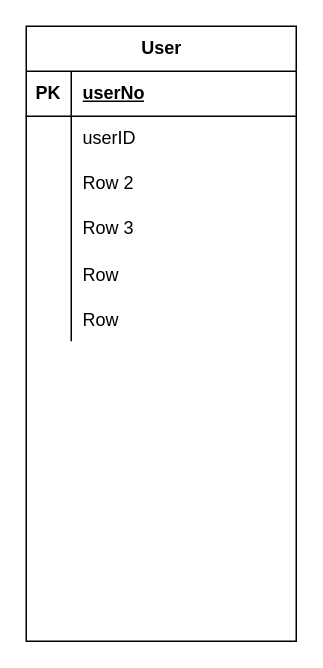
The draw.io diagram table.drawio in shsewonitw/toy-project, before the edit. Source tidied: cells renumbered, new cells numbered last; positions are measured from the earlier drawing's top-left corner, leaving out a move shared by most shapes. Both pictures are drawn from the tidied source at 150%, with x=0, y=0 at pixel (26, 26).
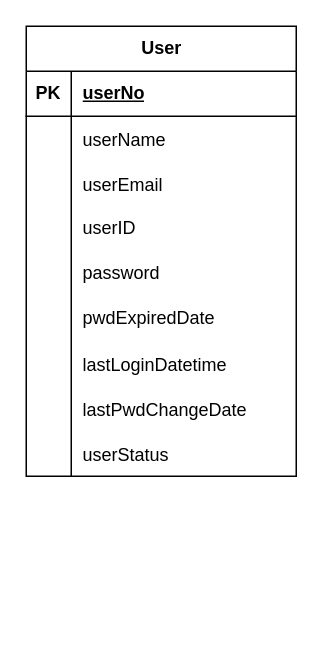
Above is the later version.

Change to the diagram source:
```diff
@@
     <mxCell id="2" value="User" style="shape=table;startSize=30;childLayout=tableLayout;rowLines=0;fontStyle=1;align=center;html=1;" parent="1" vertex="1">
-      <mxGeometry width="180" height="410" as="geometry" />
+      <mxGeometry width="180" height="300" as="geometry" />
     </mxCell>
@@
+    <mxCell id="21" style="shape=tableRow;horizontal=0;startSize=0;swimlaneHead=0;swimlaneBody=0;fillColor=none;top=0;left=0;right=0;bottom=0;" parent="2" vertex="1">
+      <mxGeometry y="60" width="180" height="30" as="geometry" />
+    </mxCell>
+    <mxCell id="22" style="shape=partialRectangle;fillColor=none;top=0;left=0;bottom=0;right=0;overflow=hidden;" parent="21" vertex="1">
+      <mxGeometry width="30" height="30" as="geometry" />
+    </mxCell>
+    <mxCell id="23" value="userName" style="shape=partialRectangle;fillColor=none;top=0;left=0;bottom=0;right=0;align=left;spacingLeft=6;overflow=hidden;" parent="21" vertex="1">
+      <mxGeometry x="30" width="150" height="30" as="geometry" />
+    </mxCell>
+    <mxCell id="24" style="shape=tableRow;horizontal=0;startSize=0;swimlaneHead=0;swimlaneBody=0;fillColor=none;top=0;left=0;right=0;bottom=0;" parent="2" vertex="1">
+      <mxGeometry y="90" width="180" height="30" as="geometry" />
+    </mxCell>
+    <mxCell id="25" style="shape=partialRectangle;fillColor=none;top=0;left=0;bottom=0;right=0;overflow=hidden;" parent="24" vertex="1">
+      <mxGeometry width="30" height="30" as="geometry" />
+    </mxCell>
+    <mxCell id="26" value="userEmail" style="shape=partialRectangle;fillColor=none;top=0;left=0;bottom=0;right=0;align=left;spacingLeft=6;overflow=hidden;" parent="24" vertex="1">
+      <mxGeometry x="30" width="150" height="30" as="geometry" />
+    </mxCell>
     <mxCell id="6" style="shape=tableRow;horizontal=0;startSize=0;swimlaneHead=0;swimlaneBody=0;fillColor=none;top=0;left=0;right=0;bottom=0;" parent="2" vertex="1">
-      <mxGeometry y="60" width="180" height="30" as="geometry" />
+      <mxGeometry y="120" width="180" height="30" as="geometry" />
     </mxCell>
@@
     <mxCell id="9" style="shape=tableRow;horizontal=0;startSize=0;swimlaneHead=0;swimlaneBody=0;fillColor=none;top=0;left=0;right=0;bottom=0;" parent="2" vertex="1">
-      <mxGeometry y="90" width="180" height="30" as="geometry" />
+      <mxGeometry y="150" width="180" height="30" as="geometry" />
     </mxCell>
@@
-    <mxCell id="11" value="Row 2" style="shape=partialRectangle;fillColor=none;top=0;left=0;bottom=0;right=0;align=left;spacingLeft=6;overflow=hidden;whiteSpace=wrap;html=1;" parent="9" vertex="1">
+    <mxCell id="11" value="password" style="shape=partialRectangle;fillColor=none;top=0;left=0;bottom=0;right=0;align=left;spacingLeft=6;overflow=hidden;whiteSpace=wrap;html=1;" parent="9" vertex="1">
       <mxGeometry x="30" width="150" height="30" as="geometry" />
     </mxCell>
     <mxCell id="12" style="shape=tableRow;horizontal=0;startSize=0;swimlaneHead=0;swimlaneBody=0;fillColor=none;top=0;left=0;right=0;bottom=0;" parent="2" vertex="1">
-      <mxGeometry y="120" width="180" height="30" as="geometry" />
+      <mxGeometry y="180" width="180" height="30" as="geometry" />
     </mxCell>
@@
-    <mxCell id="14" value="Row 3" style="shape=partialRectangle;fillColor=none;top=0;left=0;bottom=0;right=0;align=left;spacingLeft=6;overflow=hidden;whiteSpace=wrap;html=1;" parent="12" vertex="1">
+    <mxCell id="14" value="pwdExpiredDate" style="shape=partialRectangle;fillColor=none;top=0;left=0;bottom=0;right=0;align=left;spacingLeft=6;overflow=hidden;whiteSpace=wrap;html=1;" parent="12" vertex="1">
       <mxGeometry x="30" width="150" height="30" as="geometry" />
     </mxCell>
     <mxCell id="15" style="shape=tableRow;horizontal=0;startSize=0;swimlaneHead=0;swimlaneBody=0;fillColor=none;top=0;left=0;right=0;bottom=0;" parent="2" vertex="1">
-      <mxGeometry y="150" width="180" height="30" as="geometry" />
+      <mxGeometry y="210" width="180" height="30" as="geometry" />
     </mxCell>
@@
-    <mxCell id="17" value="Row" style="shape=partialRectangle;fillColor=none;top=0;left=0;bottom=0;right=0;align=left;spacingLeft=6;overflow=hidden;" parent="15" vertex="1">
+    <mxCell id="17" value="lastLoginDatetime" style="shape=partialRectangle;fillColor=none;top=0;left=0;bottom=0;right=0;align=left;spacingLeft=6;overflow=hidden;" parent="15" vertex="1">
       <mxGeometry x="30" width="150" height="30" as="geometry" />
     </mxCell>
     <mxCell id="18" style="shape=tableRow;horizontal=0;startSize=0;swimlaneHead=0;swimlaneBody=0;fillColor=none;top=0;left=0;right=0;bottom=0;" parent="2" vertex="1">
-      <mxGeometry y="180" width="180" height="30" as="geometry" />
+      <mxGeometry y="240" width="180" height="30" as="geometry" />
     </mxCell>
@@
-    <mxCell id="20" value="Row" style="shape=partialRectangle;fillColor=none;top=0;left=0;bottom=0;right=0;align=left;spacingLeft=6;overflow=hidden;" parent="18" vertex="1">
+    <mxCell id="20" value="lastPwdChangeDate" style="shape=partialRectangle;fillColor=none;top=0;left=0;bottom=0;right=0;align=left;spacingLeft=6;overflow=hidden;" parent="18" vertex="1">
       <mxGeometry x="30" width="150" height="30" as="geometry" />
     </mxCell>
+    <mxCell id="27" style="shape=tableRow;horizontal=0;startSize=0;swimlaneHead=0;swimlaneBody=0;fillColor=none;top=0;left=0;right=0;bottom=0;" parent="2" vertex="1">
+      <mxGeometry y="270" width="180" height="30" as="geometry" />
+    </mxCell>
+    <mxCell id="28" style="shape=partialRectangle;fillColor=none;top=0;left=0;bottom=0;right=0;overflow=hidden;" parent="27" vertex="1">
+      <mxGeometry width="30" height="30" as="geometry" />
+    </mxCell>
+    <mxCell id="29" value="userStatus" style="shape=partialRectangle;fillColor=none;top=0;left=0;bottom=0;right=0;align=left;spacingLeft=6;overflow=hidden;" parent="27" vertex="1">
+      <mxGeometry x="30" width="150" height="30" as="geometry" />
+    </mxCell>
```
